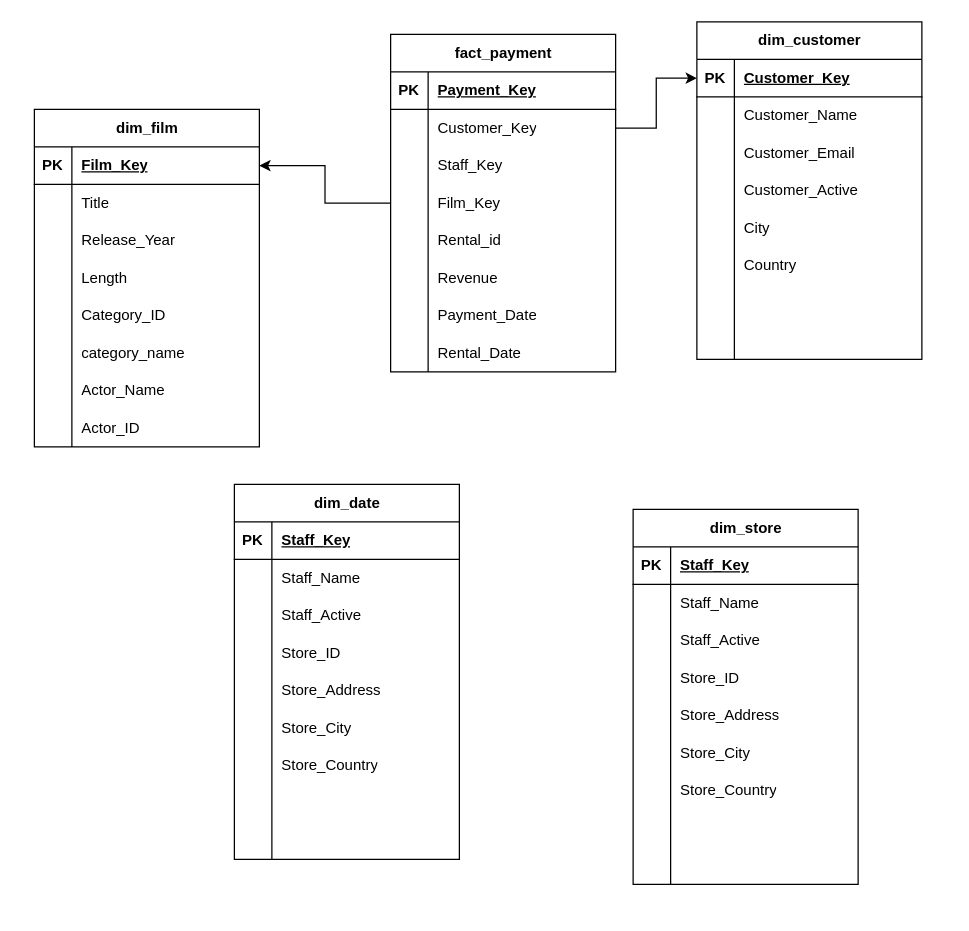
Above: Untitled Diagram.drawio in suphineneo/ERD_diagrams (draw.io), before the change. Source tidied: cells renumbered, new cells numbered last; positions are measured from the earlier drawing's top-left corner, leaving out a move shared by most shapes. Both pictures are drawn from the tidied source at 125%, with x=0, y=0 at pixel (34, 21).
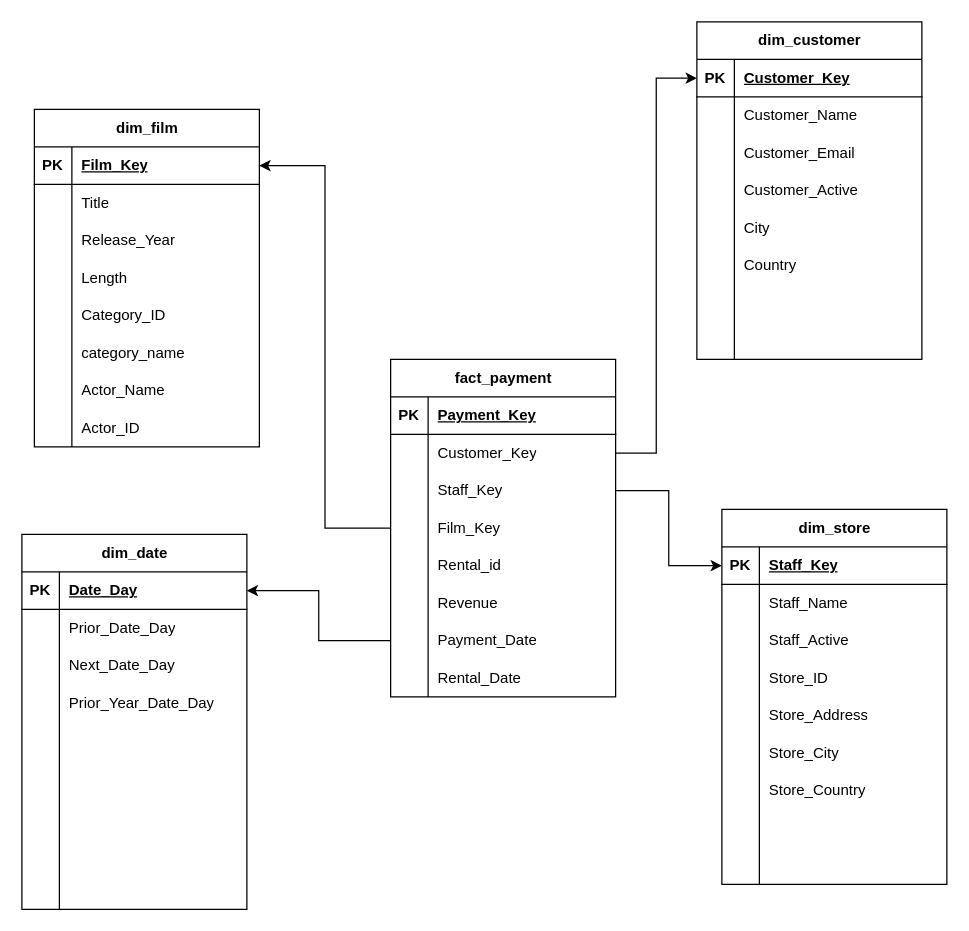
Above is the later version.

Unchanged cells that the change refers to:
```xml
<mxCell id="9" style="shape=tableRow;horizontal=0;startSize=0;swimlaneHead=0;swimlaneBody=0;fillColor=none;points=[[0,0.5],[1,0.5]];portConstraint=eastwest;top=0;left=0;right=0;bottom=0;" parent="2" vertex="1">
  <mxGeometry y="90" width="180" height="30" as="geometry" />
</mxCell>
<mxCell id="21" style="shape=tableRow;horizontal=0;startSize=0;swimlaneHead=0;swimlaneBody=0;fillColor=none;points=[[0,0.5],[1,0.5]];portConstraint=eastwest;top=0;left=0;right=0;bottom=0;" parent="2" vertex="1">
  <mxGeometry y="210" width="180" height="30" as="geometry" />
</mxCell>
<mxCell id="80" style="shape=tableRow;horizontal=0;startSize=0;swimlaneHead=0;swimlaneBody=0;fillColor=none;points=[[0,0.5],[1,0.5]];portConstraint=eastwest;top=0;left=0;right=0;bottom=1;" parent="79" vertex="1">
  <mxGeometry y="30" width="180" height="30" as="geometry" />
</mxCell>
<mxCell id="108" style="shape=tableRow;horizontal=0;startSize=0;swimlaneHead=0;swimlaneBody=0;fillColor=none;points=[[0,0.5],[1,0.5]];portConstraint=eastwest;top=0;left=0;right=0;bottom=1;" parent="107" vertex="1">
  <mxGeometry y="30" width="180" height="30" as="geometry" />
</mxCell>
<mxCell id="111" style="shape=tableRow;horizontal=0;startSize=0;swimlaneHead=0;swimlaneBody=0;fillColor=none;top=0;left=0;right=0;bottom=0;" parent="107" vertex="1">
  <mxGeometry y="60" width="180" height="30" as="geometry" />
</mxCell>
<mxCell id="114" style="shape=tableRow;horizontal=0;startSize=0;swimlaneHead=0;swimlaneBody=0;fillColor=none;top=0;left=0;right=0;bottom=0;" parent="107" vertex="1">
  <mxGeometry y="90" width="180" height="30" as="geometry" />
</mxCell>
<mxCell id="117" style="shape=tableRow;horizontal=0;startSize=0;swimlaneHead=0;swimlaneBody=0;fillColor=none;top=0;left=0;right=0;bottom=0;" parent="107" vertex="1">
  <mxGeometry y="120" width="180" height="30" as="geometry" />
</mxCell>
<mxCell id="120" style="shape=tableRow;horizontal=0;startSize=0;swimlaneHead=0;swimlaneBody=0;fillColor=none;top=0;left=0;right=0;bottom=0;" parent="107" vertex="1">
  <mxGeometry y="150" width="180" height="30" as="geometry" />
</mxCell>
<mxCell id="123" style="shape=tableRow;horizontal=0;startSize=0;swimlaneHead=0;swimlaneBody=0;fillColor=none;top=0;left=0;right=0;bottom=0;" parent="107" vertex="1">
  <mxGeometry y="180" width="180" height="30" as="geometry" />
</mxCell>
<mxCell id="126" style="shape=tableRow;horizontal=0;startSize=0;swimlaneHead=0;swimlaneBody=0;fillColor=none;top=0;left=0;right=0;bottom=0;" parent="107" vertex="1">
  <mxGeometry y="210" width="180" height="30" as="geometry" />
</mxCell>
```

Change to the diagram source:
```diff
@@
     <mxCell id="2" value="fact_payment" style="shape=table;startSize=30;childLayout=tableLayout;rowLines=0;fontStyle=1;align=center;html=1;" parent="1" vertex="1">
-      <mxGeometry x="285" y="10" width="180" height="270" as="geometry" />
+      <mxGeometry x="285" y="270" width="180" height="270" as="geometry" />
     </mxCell>
@@
     <mxCell id="79" value="dim_store" style="shape=table;startSize=30;childLayout=tableLayout;rowLines=0;fontStyle=1;align=center;html=1;" parent="1" vertex="1">
-      <mxGeometry x="479" y="390" width="180" height="300" as="geometry" />
+      <mxGeometry x="550" y="390" width="180" height="300" as="geometry" />
     </mxCell>
@@
     <mxCell id="107" value="dim_date" style="shape=table;startSize=30;childLayout=tableLayout;rowLines=0;fontStyle=1;align=center;html=1;" parent="1" vertex="1">
-      <mxGeometry x="160" y="370" width="180" height="300" as="geometry" />
+      <mxGeometry x="-10" y="410" width="180" height="300" as="geometry" />
     </mxCell>
@@
-    <mxCell id="110" value="Staff_Key" style="shape=partialRectangle;fillColor=none;top=0;left=0;bottom=0;right=0;align=left;spacingLeft=6;fontStyle=5;overflow=hidden;whiteSpace=wrap;html=1;" parent="108" vertex="1">
+    <mxCell id="110" value="Date_Day" style="shape=partialRectangle;fillColor=none;top=0;left=0;bottom=0;right=0;align=left;spacingLeft=6;fontStyle=5;overflow=hidden;whiteSpace=wrap;html=1;" parent="108" vertex="1">
       <mxGeometry x="30" width="150" height="30" as="geometry" />
     </mxCell>
@@
-    <mxCell id="113" value="Staff_Name" style="shape=partialRectangle;fillColor=none;top=0;left=0;bottom=0;right=0;align=left;spacingLeft=6;overflow=hidden;whiteSpace=wrap;html=1;" parent="111" vertex="1">
+    <mxCell id="113" value="Prior_Date_Day" style="shape=partialRectangle;fillColor=none;top=0;left=0;bottom=0;right=0;align=left;spacingLeft=6;overflow=hidden;whiteSpace=wrap;html=1;" parent="111" vertex="1">
       <mxGeometry x="30" width="150" height="30" as="geometry" />
     </mxCell>
@@
-    <mxCell id="116" value="Staff_Active" style="shape=partialRectangle;fillColor=none;top=0;left=0;bottom=0;right=0;align=left;spacingLeft=6;overflow=hidden;whiteSpace=wrap;html=1;" parent="114" vertex="1">
+    <mxCell id="116" value="Next_Date_Day" style="shape=partialRectangle;fillColor=none;top=0;left=0;bottom=0;right=0;align=left;spacingLeft=6;overflow=hidden;whiteSpace=wrap;html=1;" parent="114" vertex="1">
       <mxGeometry x="30" width="150" height="30" as="geometry" />
     </mxCell>
@@
-    <mxCell id="119" value="Store_ID" style="shape=partialRectangle;fillColor=none;top=0;left=0;bottom=0;right=0;align=left;spacingLeft=6;overflow=hidden;whiteSpace=wrap;html=1;" parent="117" vertex="1">
+    <mxCell id="119" value="Prior_Year_Date_Day" style="shape=partialRectangle;fillColor=none;top=0;left=0;bottom=0;right=0;align=left;spacingLeft=6;overflow=hidden;whiteSpace=wrap;html=1;" parent="117" vertex="1">
       <mxGeometry x="30" width="150" height="30" as="geometry" />
     </mxCell>
@@
-    <mxCell id="122" value="Store_Address" style="shape=partialRectangle;fillColor=none;top=0;left=0;bottom=0;right=0;align=left;spacingLeft=6;overflow=hidden;whiteSpace=wrap;html=1;" parent="120" vertex="1">
+    <mxCell id="122" style="shape=partialRectangle;fillColor=none;top=0;left=0;bottom=0;right=0;align=left;spacingLeft=6;overflow=hidden;whiteSpace=wrap;html=1;" parent="120" vertex="1">
       <mxGeometry x="30" width="150" height="30" as="geometry" />
     </mxCell>
@@
-    <mxCell id="125" value="Store_City" style="shape=partialRectangle;fillColor=none;top=0;left=0;bottom=0;right=0;align=left;spacingLeft=6;overflow=hidden;whiteSpace=wrap;html=1;" parent="123" vertex="1">
+    <mxCell id="125" style="shape=partialRectangle;fillColor=none;top=0;left=0;bottom=0;right=0;align=left;spacingLeft=6;overflow=hidden;whiteSpace=wrap;html=1;" parent="123" vertex="1">
       <mxGeometry x="30" width="150" height="30" as="geometry" />
     </mxCell>
@@
-    <mxCell id="128" value="Store_Country" style="shape=partialRectangle;fillColor=none;top=0;left=0;bottom=0;right=0;align=left;spacingLeft=6;overflow=hidden;whiteSpace=wrap;html=1;" parent="126" vertex="1">
+    <mxCell id="128" style="shape=partialRectangle;fillColor=none;top=0;left=0;bottom=0;right=0;align=left;spacingLeft=6;overflow=hidden;whiteSpace=wrap;html=1;" parent="126" vertex="1">
       <mxGeometry x="30" width="150" height="30" as="geometry" />
     </mxCell>
@@
+    <mxCell id="135" style="edgeStyle=orthogonalEdgeStyle;rounded=0;jettySize=auto;html=1;exitX=1;exitY=0.5;exitDx=0;exitDy=0;entryX=0;entryY=0.5;entryDx=0;entryDy=0;" parent="1" edge="1" source="9" target="80">
+      <mxGeometry relative="1" as="geometry" />
+    </mxCell>
+    <mxCell id="136" style="edgeStyle=orthogonalEdgeStyle;rounded=0;jettySize=auto;html=1;exitX=0;exitY=0.5;exitDx=0;exitDy=0;entryX=1;entryY=0.5;entryDx=0;entryDy=0;" parent="1" edge="1" source="21" target="108">
+      <mxGeometry relative="1" as="geometry" />
+    </mxCell>
```
